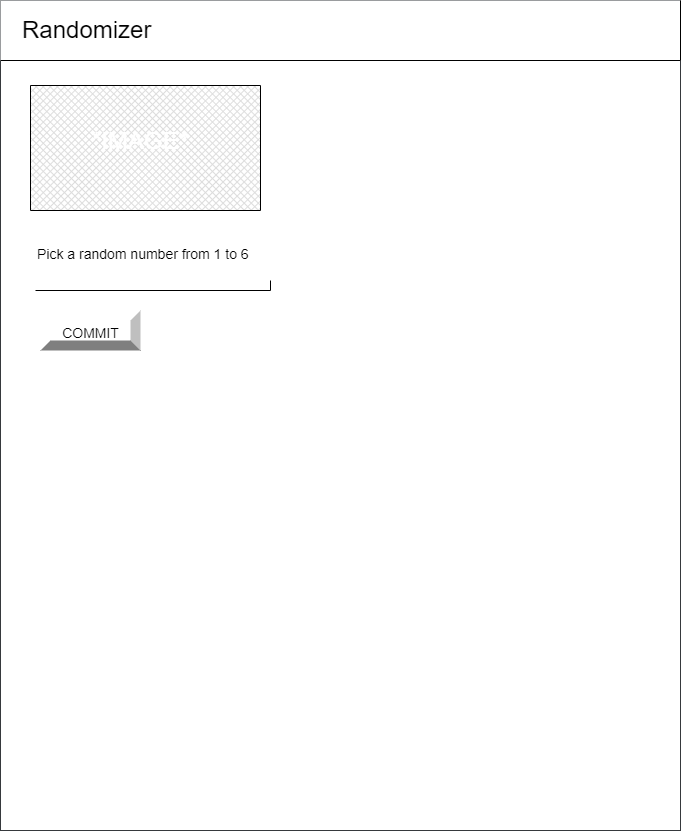
Earlier version of the draw.io export design/storyboard.png (Evgeny-Vovk/ICS2O-Unit5-01-HTML). Source tidied: cells renumbered, new cells last; positions are measured from the earlier drawing's top-left corner, leaving out a move shared by most shapes.
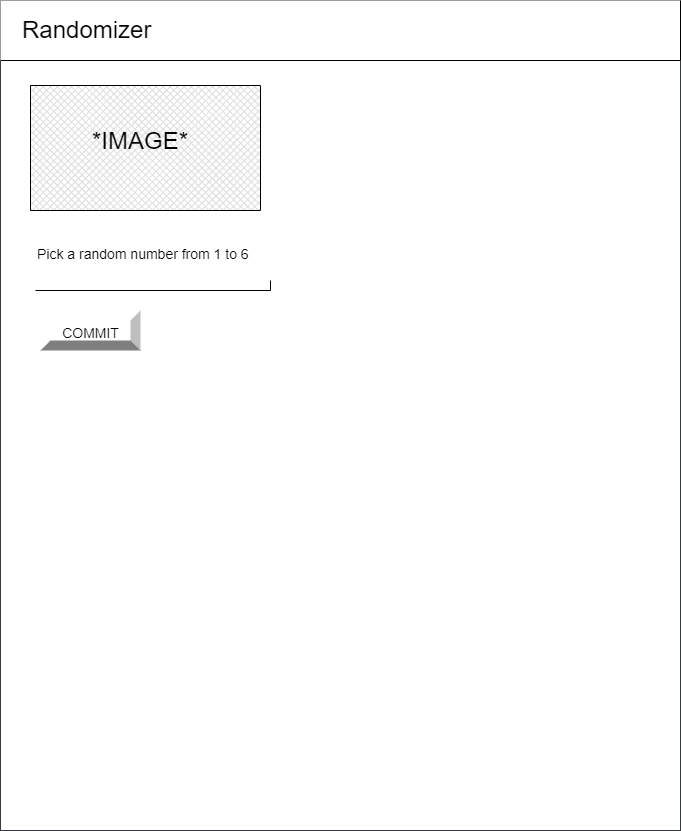
After the change.

Diff of the diagram source:
```diff
@@ -35,7 +35,7 @@
     <mxCell id="12" style="verticalLabelPosition=bottom;verticalAlign=top;html=1;shape=mxgraph.basic.patternFillRect;fillStyle=diagGrid;step=5;fillStrokeWidth=0.2;fillStrokeColor=#dddddd;" parent="1" vertex="1">
       <mxGeometry x="30" y="85" width="230" height="125" as="geometry" />
     </mxCell>
-    <mxCell id="13" value="&lt;font color=&quot;#ffffff&quot; face=&quot;helvetica, arial, sans-serif&quot;&gt;*IMAGE*&lt;/font&gt;" style="text;whiteSpace=wrap;html=1;fontSize=24;strokeWidth=22;" parent="1" vertex="1">
+    <mxCell id="13" value="&lt;font face=&quot;helvetica, arial, sans-serif&quot; color=&quot;#000000&quot;&gt;*IMAGE*&lt;/font&gt;" style="text;whiteSpace=wrap;html=1;fontSize=24;strokeWidth=22;" parent="1" vertex="1">
       <mxGeometry x="90" y="120" width="155" height="77.5" as="geometry" />
     </mxCell>
     <mxCell id="14" value="&lt;font style=&quot;font-size: 14px&quot; color=&quot;#000000&quot;&gt;COMMIT&lt;/font&gt;" style="labelPosition=center;verticalLabelPosition=middle;align=center;html=1;shape=mxgraph.basic.shaded_button;dx=10;fontSize=24;" parent="1" vertex="1">
```
